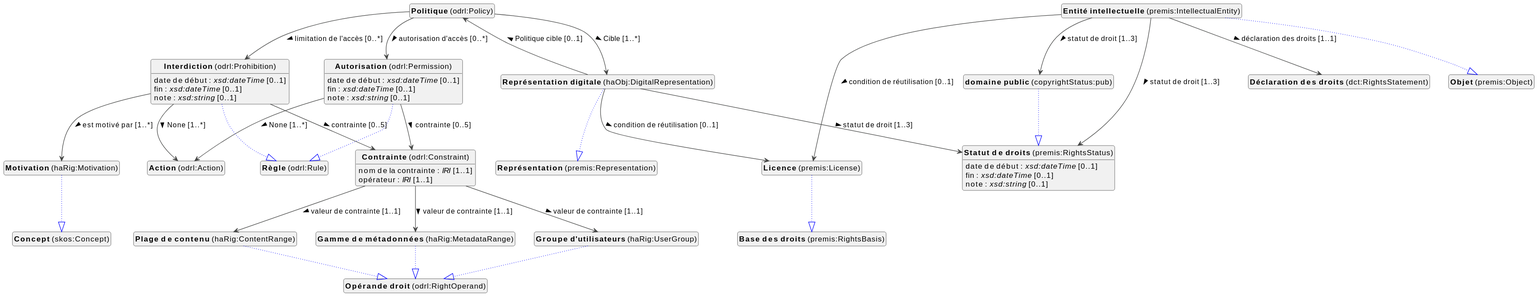
Earlier version of the PlantUML export docs/metadata/knowledge-graph/1.1.0/rights/fr/rights-diagram.svg (viaacode/documentation).
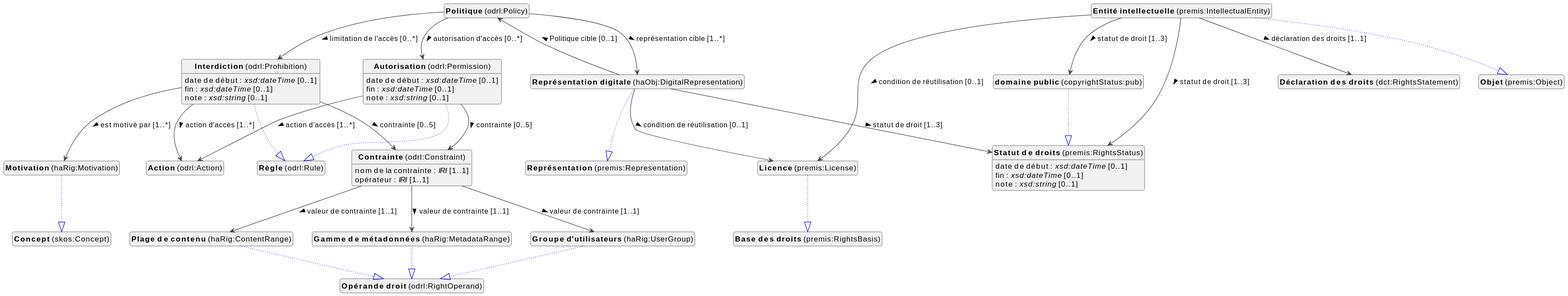
Later version of the same file.

The edit, as a diff of the source:
```diff
@@ -44,7 +44,7 @@
 odrl_Permission : date de début : <i>xsd:dateTime</i> [0..1]
 odrl_Permission : fin : <i>xsd:dateTime</i> [0..1]
 odrl_Permission : note : <i>xsd:string</i> [0..1]
-odrl_Permission --> odrl_Action :None [1..*]  >
+odrl_Permission --> odrl_Action :action d'accès [1..*]  >
 odrl_Permission --> odrl_Constraint :contrainte [0..5]  >
 
 
@@ -80,7 +80,7 @@
 odrl_Prohibition : fin : <i>xsd:dateTime</i> [0..1]
 odrl_Prohibition : note : <i>xsd:string</i> [0..1]
 odrl_Prohibition --> haRig_Motivation :est motivé par [1..*]  >
-odrl_Prohibition --> odrl_Action :None [1..*]  >
+odrl_Prohibition --> odrl_Action :action d'accès [1..*]  >
 odrl_Prohibition --> odrl_Constraint :contrainte [0..5]  >
 
 
@@ -95,7 +95,7 @@
 
 
 
-odrl_Policy --> haObj_DigitalRepresentation :Cible [1..*]  >
+odrl_Policy --> haObj_DigitalRepresentation :représentation cible [1..*]  >
 odrl_Policy --> odrl_Permission :autorisation d'accès [0..*]  >
 odrl_Policy --> odrl_Prohibition :limitation de l'accès [0..*]  >
 
```
